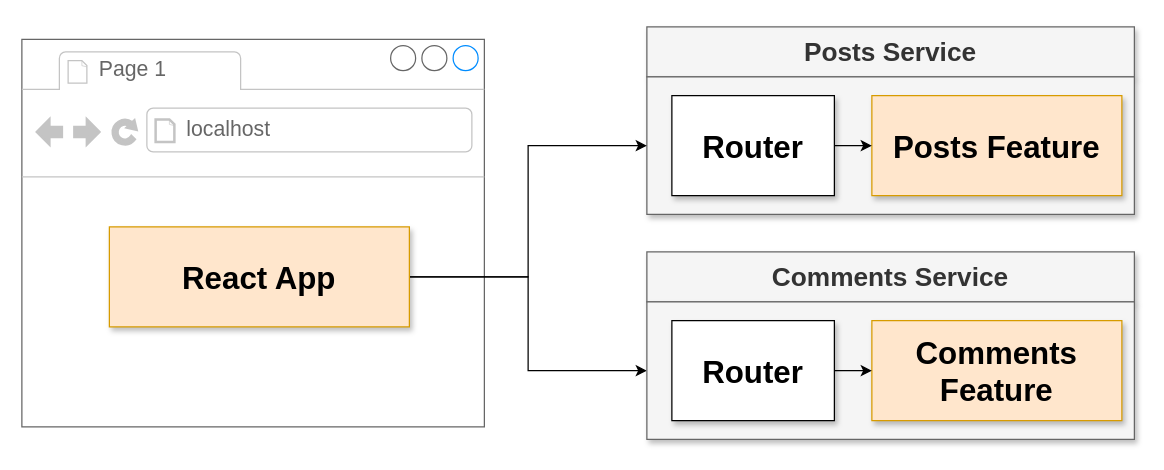
Earlier version of the draw.io diagram page "06 - tech" (6 of 26) of diagrams/02/diagrams.drawio (cosmicfilament/blog-microservices). Source tidied: cells renumbered, new cells numbered last; positions are measured from the earlier drawing's top-left corner, leaving out a move shared by most shapes. Both pictures are drawn from the tidied source at 125%, with x=0, y=0 at pixel (21, 26).
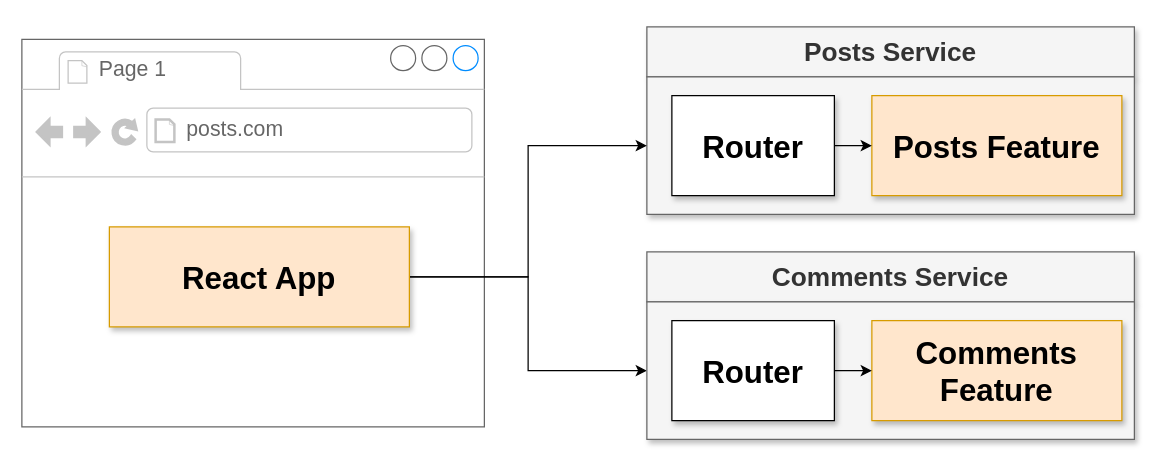
The same diagram, later.

The edit, as a diff of the source:
```diff
@@
 <mxGraphModel>
   <root>
     <mxCell id="0" />
     <mxCell id="1" parent="0" />
     <mxCell id="2" value="Posts Service" style="rounded=0;whiteSpace=wrap;html=1;shadow=1;fontSize=21;align=center;fillColor=#f5f5f5;strokeColor=#666666;fontColor=#333333;fontStyle=1;" parent="1" vertex="1">
       <mxGeometry x="500" width="390" height="40" as="geometry" />
     </mxCell>
     <mxCell id="3" style="rounded=0;whiteSpace=wrap;html=1;shadow=1;fontSize=17;align=left;fillColor=#f5f5f5;strokeColor=#666666;fontColor=#333333;" parent="1" vertex="1">
       <mxGeometry x="500" y="40" width="390" height="110" as="geometry" />
     </mxCell>
     <mxCell id="4" value="Posts Feature" style="whiteSpace=wrap;html=1;rounded=0;shadow=1;fontSize=25;align=center;fillColor=#ffe6cc;strokeColor=#d79b00;fontStyle=1;" parent="1" vertex="1">
       <mxGeometry x="680" y="55" width="200" height="80" as="geometry" />
     </mxCell>
     <mxCell id="5" style="strokeWidth=1;shadow=0;dashed=0;align=center;html=1;shape=mxgraph.mockup.containers.browserWindow;rSize=0;strokeColor=#666666;strokeColor2=#008cff;strokeColor3=#c4c4c4;mainText=,;rounded=0;fontSize=17;" parent="1" vertex="1">
       <mxGeometry y="10" width="370" height="310" as="geometry" />
     </mxCell>
     <mxCell id="6" value="Page 1" style="strokeWidth=1;shadow=0;dashed=0;align=center;html=1;shape=mxgraph.mockup.containers.anchor;fontSize=17;fontColor=#666666;align=left;" parent="5" vertex="1">
       <mxGeometry x="60" y="12" width="110" height="26" as="geometry" />
     </mxCell>
-    <mxCell id="7" value="localhost" style="strokeWidth=1;shadow=0;dashed=0;align=center;html=1;shape=mxgraph.mockup.containers.anchor;rSize=0;fontSize=17;fontColor=#666666;align=left;" parent="5" vertex="1">
+    <mxCell id="7" value="posts.com" style="strokeWidth=1;shadow=0;dashed=0;align=center;html=1;shape=mxgraph.mockup.containers.anchor;rSize=0;fontSize=17;fontColor=#666666;align=left;" parent="5" vertex="1">
       <mxGeometry x="130" y="60" width="250" height="26" as="geometry" />
     </mxCell>
     <mxCell id="8" style="edgeStyle=orthogonalEdgeStyle;rounded=0;jettySize=auto;html=1;exitX=1;exitY=0.5;exitDx=0;exitDy=0;entryX=0;entryY=0.5;entryDx=0;entryDy=0;fontSize=21;" parent="1" edge="1" source="10" target="3">
       <mxGeometry relative="1" as="geometry" />
     </mxCell>
     <mxCell id="9" style="edgeStyle=orthogonalEdgeStyle;rounded=0;jettySize=auto;html=1;exitX=1;exitY=0.5;exitDx=0;exitDy=0;fontSize=21;" parent="1" edge="1" source="10" target="14">
       <mxGeometry relative="1" as="geometry" />
     </mxCell>
     <mxCell id="10" value="React App" style="whiteSpace=wrap;html=1;rounded=0;shadow=1;fontSize=25;align=center;fillColor=#ffe6cc;strokeColor=#d79b00;fontStyle=1;" parent="1" vertex="1">
       <mxGeometry x="70" y="160" width="240" height="80" as="geometry" />
     </mxCell>
     <mxCell id="11" style="edgeStyle=orthogonalEdgeStyle;rounded=0;jettySize=auto;html=1;exitX=1;exitY=0.5;exitDx=0;exitDy=0;fontSize=21;" parent="1" edge="1" source="12" target="4">
       <mxGeometry relative="1" as="geometry" />
     </mxCell>
     <mxCell id="12" value="Router" style="whiteSpace=wrap;html=1;rounded=0;shadow=1;fontSize=25;align=center;fontStyle=1;" parent="1" vertex="1">
       <mxGeometry x="520" y="55" width="130" height="80" as="geometry" />
     </mxCell>
     <mxCell id="13" value="Comments Service" style="rounded=0;whiteSpace=wrap;html=1;shadow=1;fontSize=21;align=center;fillColor=#f5f5f5;strokeColor=#666666;fontColor=#333333;fontStyle=1;" parent="1" vertex="1">
       <mxGeometry x="500" y="180" width="390" height="40" as="geometry" />
     </mxCell>
     <mxCell id="14" style="rounded=0;whiteSpace=wrap;html=1;shadow=1;fontSize=17;align=left;fillColor=#f5f5f5;strokeColor=#666666;fontColor=#333333;" parent="1" vertex="1">
       <mxGeometry x="500" y="220" width="390" height="110" as="geometry" />
     </mxCell>
     <mxCell id="15" value="Comments Feature" style="whiteSpace=wrap;html=1;rounded=0;shadow=1;fontSize=25;align=center;fillColor=#ffe6cc;strokeColor=#d79b00;fontStyle=1;" parent="1" vertex="1">
       <mxGeometry x="680" y="235" width="200" height="80" as="geometry" />
     </mxCell>
     <mxCell id="16" style="edgeStyle=orthogonalEdgeStyle;rounded=0;jettySize=auto;html=1;exitX=1;exitY=0.5;exitDx=0;exitDy=0;fontSize=21;" parent="1" edge="1" source="17" target="15">
       <mxGeometry relative="1" as="geometry" />
     </mxCell>
     <mxCell id="17" value="Router" style="whiteSpace=wrap;html=1;rounded=0;shadow=1;fontSize=25;align=center;fontStyle=1;" parent="1" vertex="1">
       <mxGeometry x="520" y="235" width="130" height="80" as="geometry" />
     </mxCell>
   </root>
 </mxGraphModel>
```
